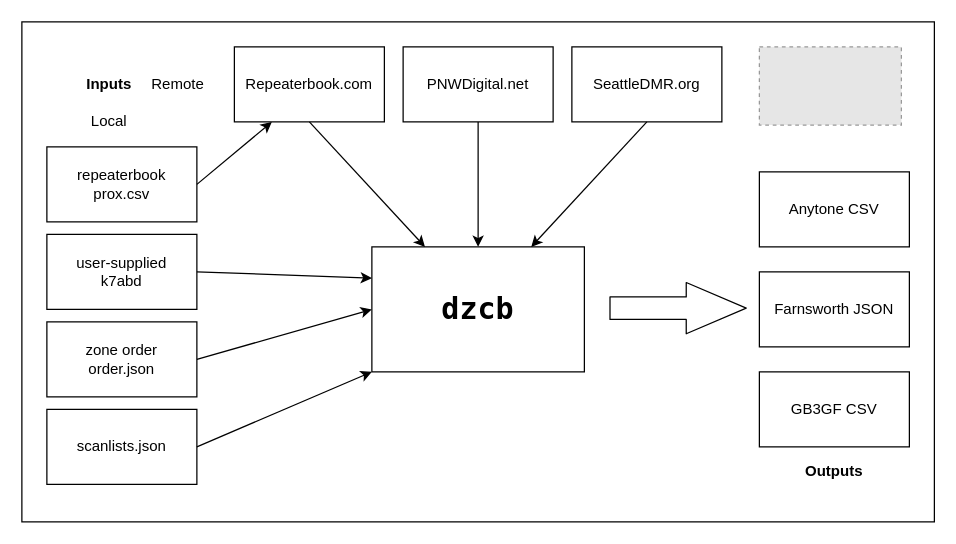
Before: doc/dzcb-overview.drawio in mycodeplug/dzcb, a draw.io diagram. Source tidied: cells renumbered, new cells numbered last; positions are measured from the earlier drawing's top-left corner, leaving out a move shared by most shapes. Both pictures are drawn from the tidied source at 125%, with x=0, y=0 at pixel (21, 21). Pictures stored in the file or linked from it are replaced by grey dashed boxes.
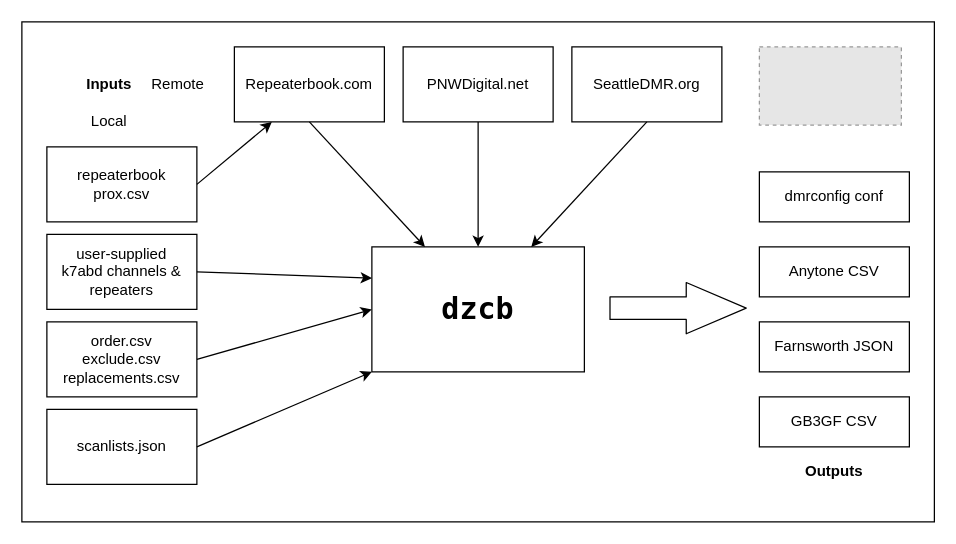
The same diagram, later.

Commit message (it also covers changes not shown here):
doc/dzcb-overview: include dmrconfig output

late update for order/exclude/replacements csv

The edit, as a diff of the source:
```diff
@@
-    <mxCell id="4" value="&lt;div&gt;user-supplied&lt;/div&gt;&lt;div&gt;k7abd&lt;/div&gt;" style="rounded=0;whiteSpace=wrap;html=1;" parent="1" vertex="1">
+    <mxCell id="4" value="&lt;div&gt;user-supplied&lt;/div&gt;&lt;div&gt;k7abd channels &amp;amp; repeaters&lt;/div&gt;" style="rounded=0;whiteSpace=wrap;html=1;" parent="1" vertex="1">
       <mxGeometry x="20" y="170" width="120" height="60" as="geometry" />
     </mxCell>
-    <mxCell id="5" value="&lt;div&gt;zone order&lt;/div&gt;&lt;div&gt;order.json&lt;br&gt;&lt;/div&gt;" style="rounded=0;whiteSpace=wrap;html=1;" parent="1" vertex="1">
+    <mxCell id="5" value="&lt;div&gt;order.csv&lt;/div&gt;&lt;div&gt;exclude.csv&lt;/div&gt;&lt;div&gt;replacements.csv&lt;/div&gt;" style="rounded=0;whiteSpace=wrap;html=1;" parent="1" vertex="1">
       <mxGeometry x="20" y="240" width="120" height="60" as="geometry" />
     </mxCell>
@@
     <mxCell id="11" value="Farnsworth JSON" style="rounded=0;whiteSpace=wrap;html=1;" parent="1" vertex="1">
-      <mxGeometry x="590" y="200" width="120" height="60" as="geometry" />
+      <mxGeometry x="590" y="240" width="120" height="40" as="geometry" />
     </mxCell>
     <mxCell id="12" value="GB3GF CSV" style="rounded=0;whiteSpace=wrap;html=1;" parent="1" vertex="1">
-      <mxGeometry x="590" y="280" width="120" height="60" as="geometry" />
+      <mxGeometry x="590" y="300" width="120" height="40" as="geometry" />
     </mxCell>
@@
     <mxCell id="26" value="Anytone CSV" style="rounded=0;whiteSpace=wrap;html=1;" parent="1" vertex="1">
-      <mxGeometry x="590" y="120" width="120" height="60" as="geometry" />
+      <mxGeometry x="590" y="180" width="120" height="40" as="geometry" />
     </mxCell>
+    <mxCell id="27" value="dmrconfig conf" style="rounded=0;whiteSpace=wrap;html=1;" parent="1" vertex="1">
+      <mxGeometry x="590" y="120" width="120" height="40" as="geometry" />
+    </mxCell>
```
